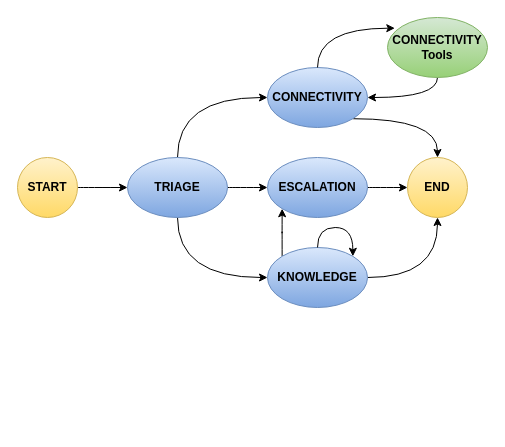
Before: page "agents" (2 of 4) of diagram.drawio in en-medina/network-support-chatbot, a draw.io diagram. Source tidied: cells renumbered, new cells numbered last; positions are measured from the earlier drawing's top-left corner, leaving out a move shared by most shapes. Both pictures are drawn from the tidied source at 100%, with x=0, y=0 at pixel (17, 17).
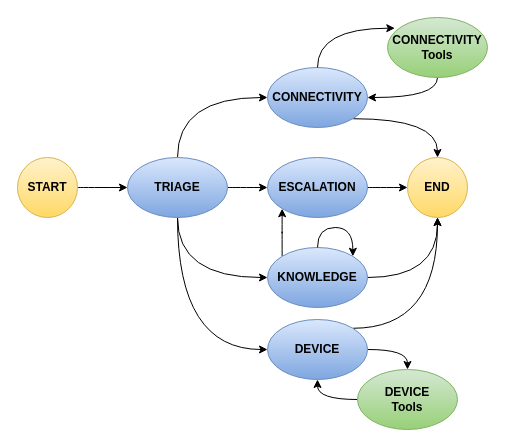
The same diagram, later.

Unchanged cells that the change refers to:
```xml
<mxCell id="9" value="&lt;b&gt;END&lt;/b&gt;" style="ellipse;whiteSpace=wrap;html=1;fillColor=#fff2cc;gradientColor=#ffd966;strokeColor=#d6b656;" parent="1" vertex="1">
  <mxGeometry x="390" y="140" width="60" height="60" as="geometry" />
</mxCell>
<mxCell id="13" value="&lt;b&gt;TRIAGE&lt;/b&gt;" style="ellipse;whiteSpace=wrap;html=1;fillColor=#dae8fc;gradientColor=#7ea6e0;strokeColor=#6c8ebf;" parent="1" vertex="1">
  <mxGeometry x="110" y="140" width="100" height="60" as="geometry" />
</mxCell>
```

Change to the diagram source:
```diff
@@
+    <mxCell id="20" style="edgeStyle=orthogonalEdgeStyle;rounded=0;jettySize=auto;html=1;exitX=0.5;exitY=1;exitDx=0;exitDy=0;entryX=0;entryY=0.5;entryDx=0;entryDy=0;curved=1;" parent="1" edge="1" source="13" target="23">
+      <mxGeometry relative="1" as="geometry" />
+    </mxCell>
@@
+    <mxCell id="21" style="edgeStyle=orthogonalEdgeStyle;rounded=0;jettySize=auto;html=1;exitX=1;exitY=0;exitDx=0;exitDy=0;entryX=0.5;entryY=1;entryDx=0;entryDy=0;curved=1;" parent="1" edge="1" source="23" target="9">
+      <mxGeometry relative="1" as="geometry" />
+    </mxCell>
+    <mxCell id="22" style="edgeStyle=orthogonalEdgeStyle;rounded=0;jettySize=auto;html=1;exitX=1;exitY=0.5;exitDx=0;exitDy=0;entryX=0.5;entryY=0;entryDx=0;entryDy=0;curved=1;" parent="1" edge="1" source="23" target="25">
+      <mxGeometry relative="1" as="geometry" />
+    </mxCell>
+    <mxCell id="23" value="&lt;b&gt;DEVICE&lt;/b&gt;" style="ellipse;whiteSpace=wrap;html=1;fillColor=#dae8fc;gradientColor=#7ea6e0;strokeColor=#6c8ebf;" parent="1" vertex="1">
+      <mxGeometry x="250" y="302" width="100" height="60" as="geometry" />
+    </mxCell>
+    <mxCell id="24" style="edgeStyle=orthogonalEdgeStyle;rounded=0;jettySize=auto;html=1;exitX=0;exitY=0.5;exitDx=0;exitDy=0;entryX=0.5;entryY=1;entryDx=0;entryDy=0;curved=1;" parent="1" edge="1" source="25" target="23">
+      <mxGeometry relative="1" as="geometry" />
+    </mxCell>
+    <mxCell id="25" value="&lt;b&gt;DEVICE&lt;br&gt;Tools&lt;/b&gt;" style="ellipse;whiteSpace=wrap;html=1;fillColor=#d5e8d4;gradientColor=#97d077;strokeColor=#82b366;" parent="1" vertex="1">
+      <mxGeometry x="340" y="352" width="100" height="60" as="geometry" />
+    </mxCell>
```
